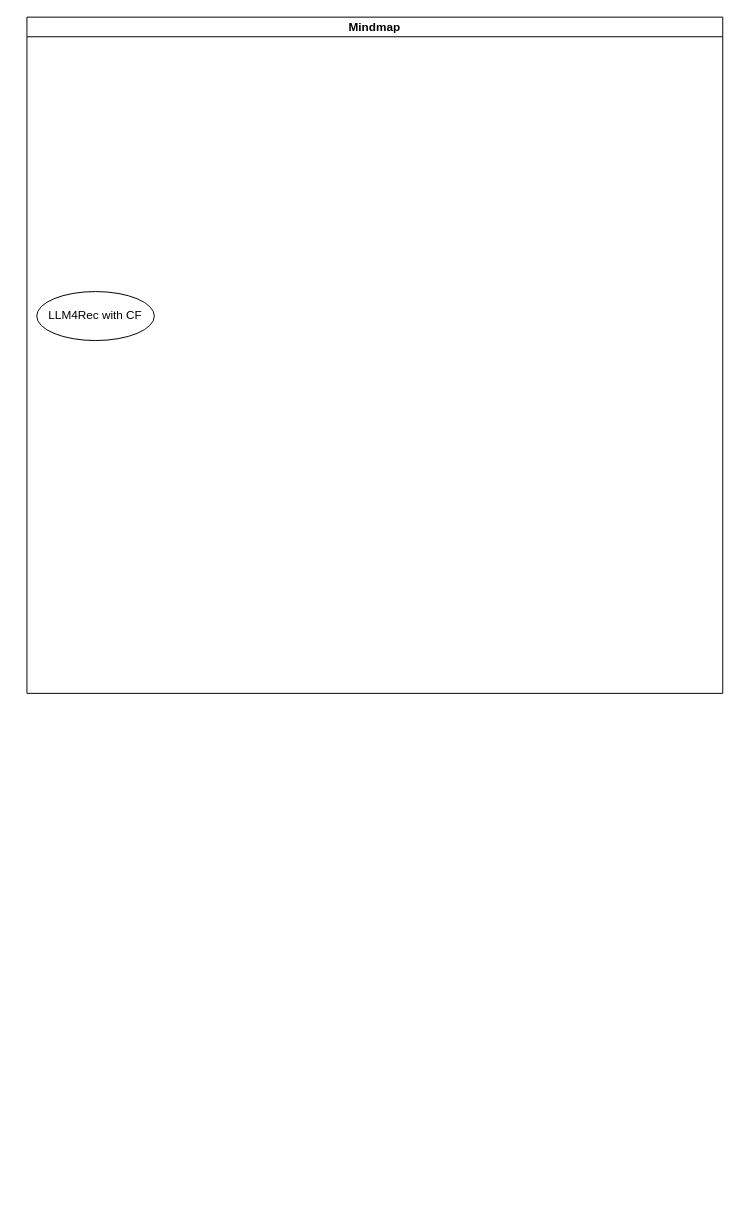
mediumboat/LLM4Rec keeps this draw.io diagram as Untitled Diagram.drawio. Above is the earlier version. Source tidied: cells renumbered, new cells numbered last; positions are measured from the earlier drawing's top-left corner, leaving out a move shared by most shapes. Both pictures are drawn from the tidied source at 98%, with x=0, y=0 at pixel (26, 17).
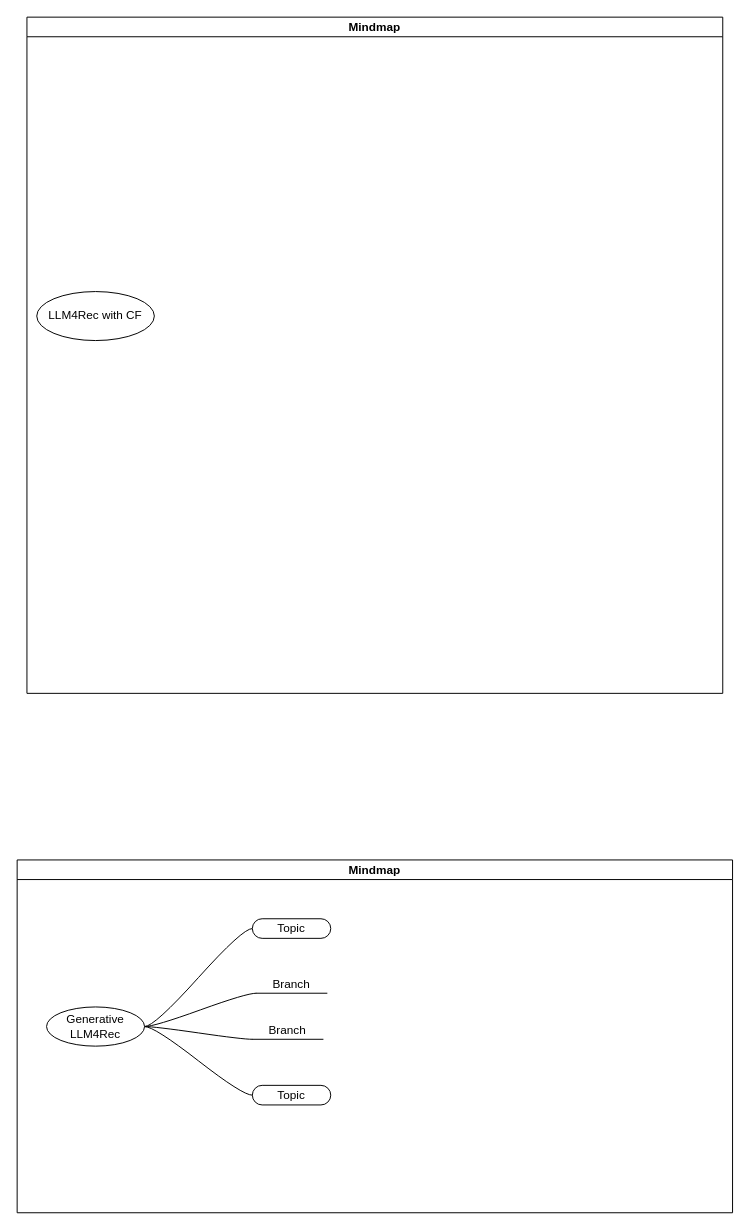
Above is the later version.

The edit, as a diff of the source:
```diff
@@
 <mxGraphModel>
   <root>
     <mxCell id="0" />
     <mxCell id="1" parent="0" />
     <mxCell id="2" value="Mindmap" style="swimlane;startSize=20;horizontal=1;containerType=tree;" parent="1" vertex="1">
       <mxGeometry width="710" height="690" as="geometry" />
     </mxCell>
     <mxCell id="3" value="LLM4Rec with CF" style="ellipse;whiteSpace=wrap;html=1;align=center;newEdgeStyle={&quot;edgeStyle&quot;:&quot;entityRelationEdgeStyle&quot;,&quot;startArrow&quot;:&quot;none&quot;,&quot;endArrow&quot;:&quot;none&quot;,&quot;segment&quot;:10,&quot;curved&quot;:1,&quot;sourcePerimeterSpacing&quot;:0,&quot;targetPerimeterSpacing&quot;:0};" parent="2" vertex="1" collapsed="1">
       <mxGeometry x="10" y="280" width="120" height="50" as="geometry" />
     </mxCell>
+    <mxCell id="4" value="Mindmap" style="swimlane;startSize=20;horizontal=1;containerType=tree;" parent="1" vertex="1">
+      <mxGeometry x="-10" y="860" width="730" height="360" as="geometry" />
+    </mxCell>
+    <mxCell id="5" style="edgeStyle=entityRelationEdgeStyle;startArrow=none;endArrow=none;segment=10;curved=1;sourcePerimeterSpacing=0;targetPerimeterSpacing=0;rounded=0;" parent="4" edge="1" source="9" target="10">
+      <mxGeometry relative="1" as="geometry" />
+    </mxCell>
+    <mxCell id="6" style="edgeStyle=entityRelationEdgeStyle;startArrow=none;endArrow=none;segment=10;curved=1;sourcePerimeterSpacing=0;targetPerimeterSpacing=0;rounded=0;" parent="4" edge="1" source="9" target="11">
+      <mxGeometry relative="1" as="geometry" />
+    </mxCell>
+    <mxCell id="7" style="edgeStyle=entityRelationEdgeStyle;startArrow=none;endArrow=none;segment=10;curved=1;sourcePerimeterSpacing=0;targetPerimeterSpacing=0;rounded=0;" parent="4" edge="1" source="9" target="12">
+      <mxGeometry relative="1" as="geometry" />
+    </mxCell>
+    <mxCell id="8" style="edgeStyle=entityRelationEdgeStyle;startArrow=none;endArrow=none;segment=10;curved=1;sourcePerimeterSpacing=0;targetPerimeterSpacing=0;rounded=0;" parent="4" edge="1" source="9" target="13">
+      <mxGeometry relative="1" as="geometry" />
+    </mxCell>
+    <mxCell id="9" value="Generative LLM4Rec" style="ellipse;whiteSpace=wrap;html=1;align=center;newEdgeStyle={&quot;edgeStyle&quot;:&quot;entityRelationEdgeStyle&quot;,&quot;startArrow&quot;:&quot;none&quot;,&quot;endArrow&quot;:&quot;none&quot;,&quot;segment&quot;:10,&quot;curved&quot;:1,&quot;sourcePerimeterSpacing&quot;:0,&quot;targetPerimeterSpacing&quot;:0};" parent="4" vertex="1">
+      <mxGeometry x="30" y="150" width="100" height="40" as="geometry" />
+    </mxCell>
+    <mxCell id="10" value="Topic" style="whiteSpace=wrap;html=1;rounded=1;arcSize=50;align=center;verticalAlign=middle;strokeWidth=1;spacing=4;newEdgeStyle={&quot;edgeStyle&quot;:&quot;entityRelationEdgeStyle&quot;,&quot;startArrow&quot;:&quot;none&quot;,&quot;endArrow&quot;:&quot;none&quot;,&quot;segment&quot;:10,&quot;curved&quot;:1,&quot;sourcePerimeterSpacing&quot;:0,&quot;targetPerimeterSpacing&quot;:0};" parent="4" vertex="1">
+      <mxGeometry x="240" y="60" width="80" height="20" as="geometry" />
+    </mxCell>
+    <mxCell id="11" value="Branch" style="whiteSpace=wrap;html=1;shape=partialRectangle;top=0;left=0;bottom=1;right=0;points=[[0,1],[1,1]];fillColor=none;align=center;verticalAlign=bottom;routingCenterY=0.5;snapToPoint=1;newEdgeStyle={&quot;edgeStyle&quot;:&quot;entityRelationEdgeStyle&quot;,&quot;startArrow&quot;:&quot;none&quot;,&quot;endArrow&quot;:&quot;none&quot;,&quot;segment&quot;:10,&quot;curved&quot;:1,&quot;sourcePerimeterSpacing&quot;:0,&quot;targetPerimeterSpacing&quot;:0};" parent="4" vertex="1">
+      <mxGeometry x="244" y="110" width="72" height="26" as="geometry" />
+    </mxCell>
+    <mxCell id="12" value="Topic" style="whiteSpace=wrap;html=1;rounded=1;arcSize=50;align=center;verticalAlign=middle;strokeWidth=1;spacing=4;newEdgeStyle={&quot;edgeStyle&quot;:&quot;entityRelationEdgeStyle&quot;,&quot;startArrow&quot;:&quot;none&quot;,&quot;endArrow&quot;:&quot;none&quot;,&quot;segment&quot;:10,&quot;curved&quot;:1,&quot;sourcePerimeterSpacing&quot;:0,&quot;targetPerimeterSpacing&quot;:0};" parent="4" vertex="1">
+      <mxGeometry x="240" y="230" width="80" height="20" as="geometry" />
+    </mxCell>
+    <mxCell id="13" value="Branch" style="whiteSpace=wrap;html=1;shape=partialRectangle;top=0;left=0;bottom=1;right=0;points=[[0,1],[1,1]];fillColor=none;align=center;verticalAlign=bottom;routingCenterY=0.5;snapToPoint=1;newEdgeStyle={&quot;edgeStyle&quot;:&quot;entityRelationEdgeStyle&quot;,&quot;startArrow&quot;:&quot;none&quot;,&quot;endArrow&quot;:&quot;none&quot;,&quot;segment&quot;:10,&quot;curved&quot;:1,&quot;sourcePerimeterSpacing&quot;:0,&quot;targetPerimeterSpacing&quot;:0};" parent="4" vertex="1">
+      <mxGeometry x="240" y="157" width="72" height="26" as="geometry" />
+    </mxCell>
   </root>
 </mxGraphModel>
```
